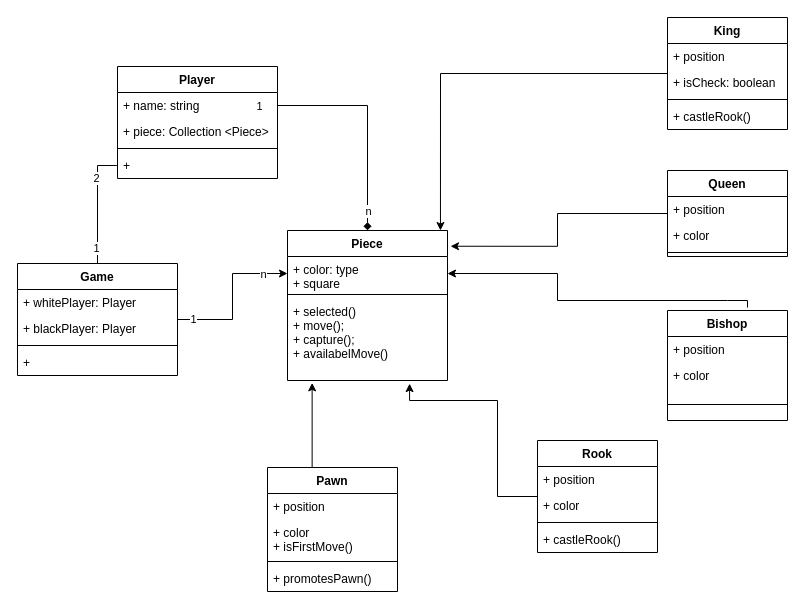
The draw.io diagram uml/classDiagram.drawio in felixnguyen678/chess.com, before the edit. Source tidied: cells renumbered, new cells numbered last; positions are measured from the earlier drawing's top-left corner, leaving out a move shared by most shapes. Both pictures are drawn from the tidied source at 100%, with x=0, y=0 at pixel (17, 17).
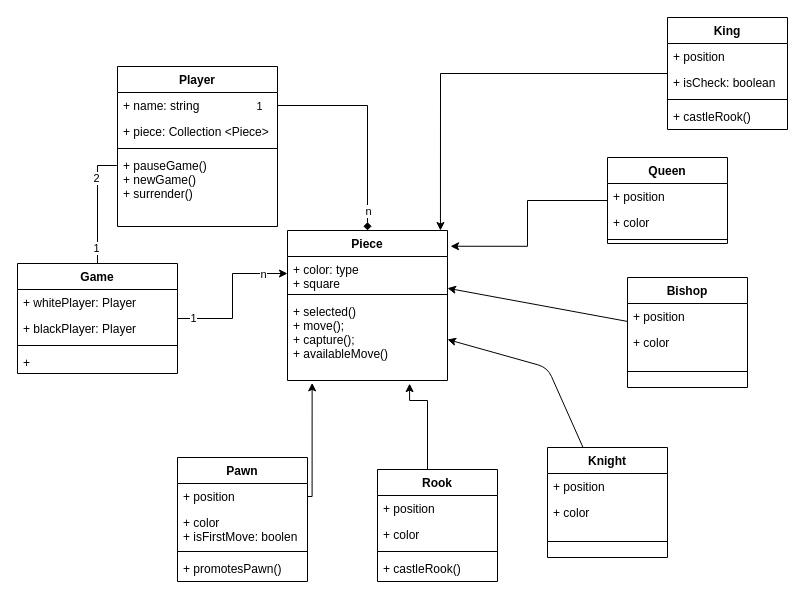
The same page after the edit.

Commit message:
edit class diagram

The change refers to these unchanged cells:
```xml
<mxCell id="2" value="Piece" style="swimlane;fontStyle=1;align=center;verticalAlign=top;horizontal=1;startSize=26;" parent="1" vertex="1">
  <mxGeometry x="270" y="213" width="160" height="150" as="geometry" />
</mxCell>
<mxCell id="3" value="+ color: type&#10;+ square" style="text;strokeColor=none;fillColor=none;align=left;verticalAlign=top;spacingLeft=4;spacingRight=4;overflow=hidden;points=[[0,0.5],[1,0.5]];portConstraint=eastwest;" parent="2" vertex="1">
  <mxGeometry y="26" width="160" height="34" as="geometry" />
</mxCell>
```

Change to the diagram source:
```diff
@@
-    <mxCell id="5" value="+ selected()&#10;+ move();&#10;+ capture();&#10;+ availabelMove()" style="text;strokeColor=none;fillColor=none;align=left;verticalAlign=top;spacingLeft=4;spacingRight=4;overflow=hidden;points=[[0,0.5],[1,0.5]];portConstraint=eastwest;" parent="2" vertex="1">
+    <mxCell id="5" value="+ selected()&#10;+ move();&#10;+ capture();&#10;+ availableMove()" style="text;strokeColor=none;fillColor=none;align=left;verticalAlign=top;spacingLeft=4;spacingRight=4;overflow=hidden;points=[[0,0.5],[1,0.5]];portConstraint=eastwest;" parent="2" vertex="1">
       <mxGeometry y="68" width="160" height="82" as="geometry" />
     </mxCell>
@@
     <mxCell id="7" value="Pawn" style="swimlane;fontStyle=1;align=center;verticalAlign=top;horizontal=1;startSize=26;" parent="1" vertex="1">
-      <mxGeometry x="250" y="450" width="130" height="124" as="geometry" />
+      <mxGeometry x="160" y="440" width="130" height="124" as="geometry" />
     </mxCell>
@@
-    <mxCell id="9" value="+ color&#10;+ isFirstMove()" style="text;strokeColor=none;fillColor=none;align=left;verticalAlign=top;spacingLeft=4;spacingRight=4;overflow=hidden;" parent="7" vertex="1">
+    <mxCell id="9" value="+ color&#10;+ isFirstMove: boolen" style="text;strokeColor=none;fillColor=none;align=left;verticalAlign=top;spacingLeft=4;spacingRight=4;overflow=hidden;" parent="7" vertex="1">
       <mxGeometry y="52" width="130" height="38" as="geometry" />
     </mxCell>
@@
     <mxCell id="12" style="edgeStyle=orthogonalEdgeStyle;rounded=0;jettySize=auto;html=1;entryX=0.763;entryY=1.038;entryDx=0;entryDy=0;entryPerimeter=0;" parent="1" edge="1" source="13" target="5">
       <mxGeometry relative="1" as="geometry">
         <Array as="points">
-          <mxPoint x="480" y="383" />
+          <mxPoint x="410" y="383" />
           <mxPoint x="392" y="383" />
         </Array>
       </mxGeometry>
     </mxCell>
     <mxCell id="13" value="Rook" style="swimlane;fontStyle=1;align=center;verticalAlign=top;horizontal=1;startSize=26;" parent="1" vertex="1">
-      <mxGeometry x="520" y="423" width="120" height="112" as="geometry" />
+      <mxGeometry x="360" y="452" width="120" height="112" as="geometry" />
     </mxCell>
@@
+    <mxCell id="54" style="edgeStyle=none;html=1;" parent="1" edge="1" source="18" target="3">
+      <mxGeometry relative="1" as="geometry" />
+    </mxCell>
     <mxCell id="18" value="Bishop" style="swimlane;fontStyle=1;align=center;verticalAlign=top;horizontal=1;startSize=26;" parent="1" vertex="1">
-      <mxGeometry x="650" y="293" width="120" height="110" as="geometry" />
+      <mxGeometry x="610" y="260" width="120" height="110" as="geometry" />
     </mxCell>
@@
-    <mxCell id="22" style="edgeStyle=orthogonalEdgeStyle;rounded=0;jettySize=auto;html=1;entryX=1;entryY=0.5;entryDx=0;entryDy=0;" parent="1" edge="1" target="3">
-      <mxGeometry relative="1" as="geometry">
-        <mxPoint x="730" y="290" as="sourcePoint" />
-        <Array as="points">
-          <mxPoint x="710" y="283" />
-          <mxPoint x="540" y="283" />
-          <mxPoint x="540" y="252" />
-        </Array>
-      </mxGeometry>
-    </mxCell>
@@
     <mxCell id="24" value="Queen" style="swimlane;fontStyle=1;align=center;verticalAlign=top;horizontal=1;startSize=26;" parent="1" vertex="1">
-      <mxGeometry x="650" y="153" width="120" height="86" as="geometry" />
+      <mxGeometry x="590" y="140" width="120" height="86" as="geometry" />
     </mxCell>
@@
     <mxCell id="34" value="Player" style="swimlane;fontStyle=1;align=center;verticalAlign=top;horizontal=1;startSize=26;" parent="1" vertex="1">
-      <mxGeometry x="100" y="49" width="160" height="112" as="geometry" />
+      <mxGeometry x="100" y="49" width="160" height="160" as="geometry" />
     </mxCell>
@@
-    <mxCell id="38" value="+ " style="text;strokeColor=none;fillColor=none;align=left;verticalAlign=top;spacingLeft=4;spacingRight=4;overflow=hidden;points=[[0,0.5],[1,0.5]];portConstraint=eastwest;" parent="34" vertex="1">
-      <mxGeometry y="86" width="160" height="26" as="geometry" />
+    <mxCell id="38" value="+ pauseGame()&#10;+ newGame()&#10;+ surrender()" style="text;strokeColor=none;fillColor=none;align=left;verticalAlign=top;spacingLeft=4;spacingRight=4;overflow=hidden;points=[[0,0.5],[1,0.5]];portConstraint=eastwest;" parent="34" vertex="1">
+      <mxGeometry y="86" width="160" height="74" as="geometry" />
     </mxCell>
@@
     <mxCell id="48" value="Game" style="swimlane;fontStyle=1;align=center;verticalAlign=top;horizontal=1;startSize=26;" parent="1" vertex="1">
-      <mxGeometry y="246" width="160" height="112" as="geometry" />
+      <mxGeometry y="246" width="160" height="110" as="geometry" />
     </mxCell>
@@
     <mxCell id="52" value="+ " style="text;strokeColor=none;fillColor=none;align=left;verticalAlign=top;spacingLeft=4;spacingRight=4;overflow=hidden;" parent="48" vertex="1">
-      <mxGeometry y="86" width="160" height="26" as="geometry" />
+      <mxGeometry y="86" width="160" height="24" as="geometry" />
     </mxCell>
@@
+    <mxCell id="55" style="edgeStyle=none;html=1;entryX=1;entryY=0.5;entryDx=0;entryDy=0;" parent="1" edge="1" source="56" target="5">
+      <mxGeometry relative="1" as="geometry">
+        <Array as="points">
+          <mxPoint x="530" y="350" />
+        </Array>
+      </mxGeometry>
+    </mxCell>
+    <mxCell id="56" value="Knight" style="swimlane;fontStyle=1;align=center;verticalAlign=top;horizontal=1;startSize=26;" parent="1" vertex="1">
+      <mxGeometry x="530" y="430" width="120" height="110" as="geometry" />
+    </mxCell>
+    <mxCell id="57" value="+ position&#10;" style="text;strokeColor=none;fillColor=none;align=left;verticalAlign=top;spacingLeft=4;spacingRight=4;overflow=hidden;" parent="56" vertex="1">
+      <mxGeometry y="26" width="120" height="26" as="geometry" />
+    </mxCell>
+    <mxCell id="58" value="+ color" style="text;strokeColor=none;fillColor=none;align=left;verticalAlign=top;spacingLeft=4;spacingRight=4;overflow=hidden;" parent="56" vertex="1">
+      <mxGeometry y="52" width="120" height="26" as="geometry" />
+    </mxCell>
+    <mxCell id="59" style="line;strokeWidth=1;fillColor=none;align=left;verticalAlign=middle;spacingTop=-1;spacingLeft=3;spacingRight=3;labelPosition=right;" parent="56" vertex="1">
+      <mxGeometry y="78" width="120" height="32" as="geometry" />
+    </mxCell>
```
